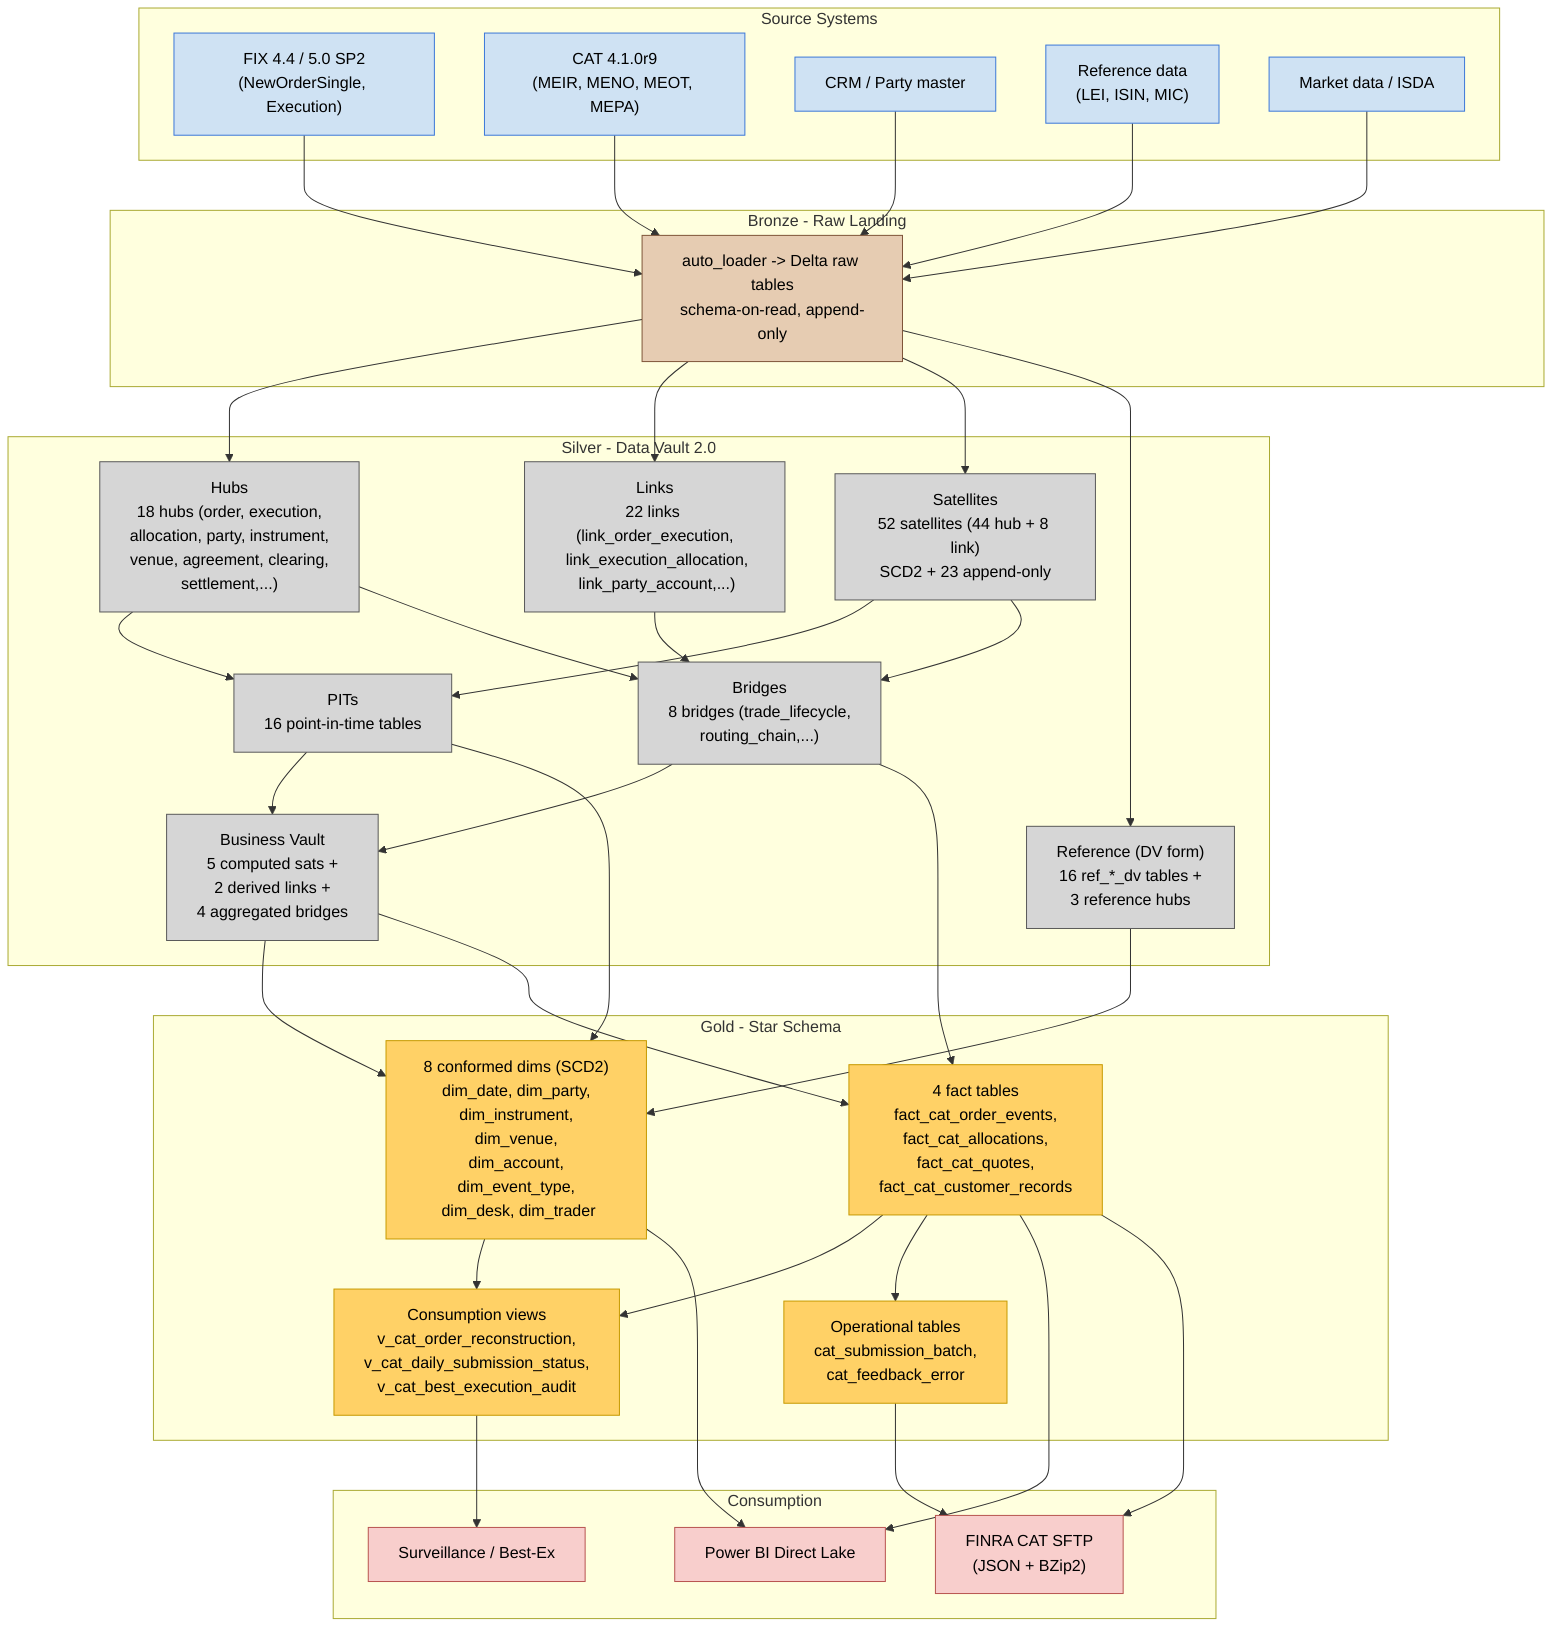
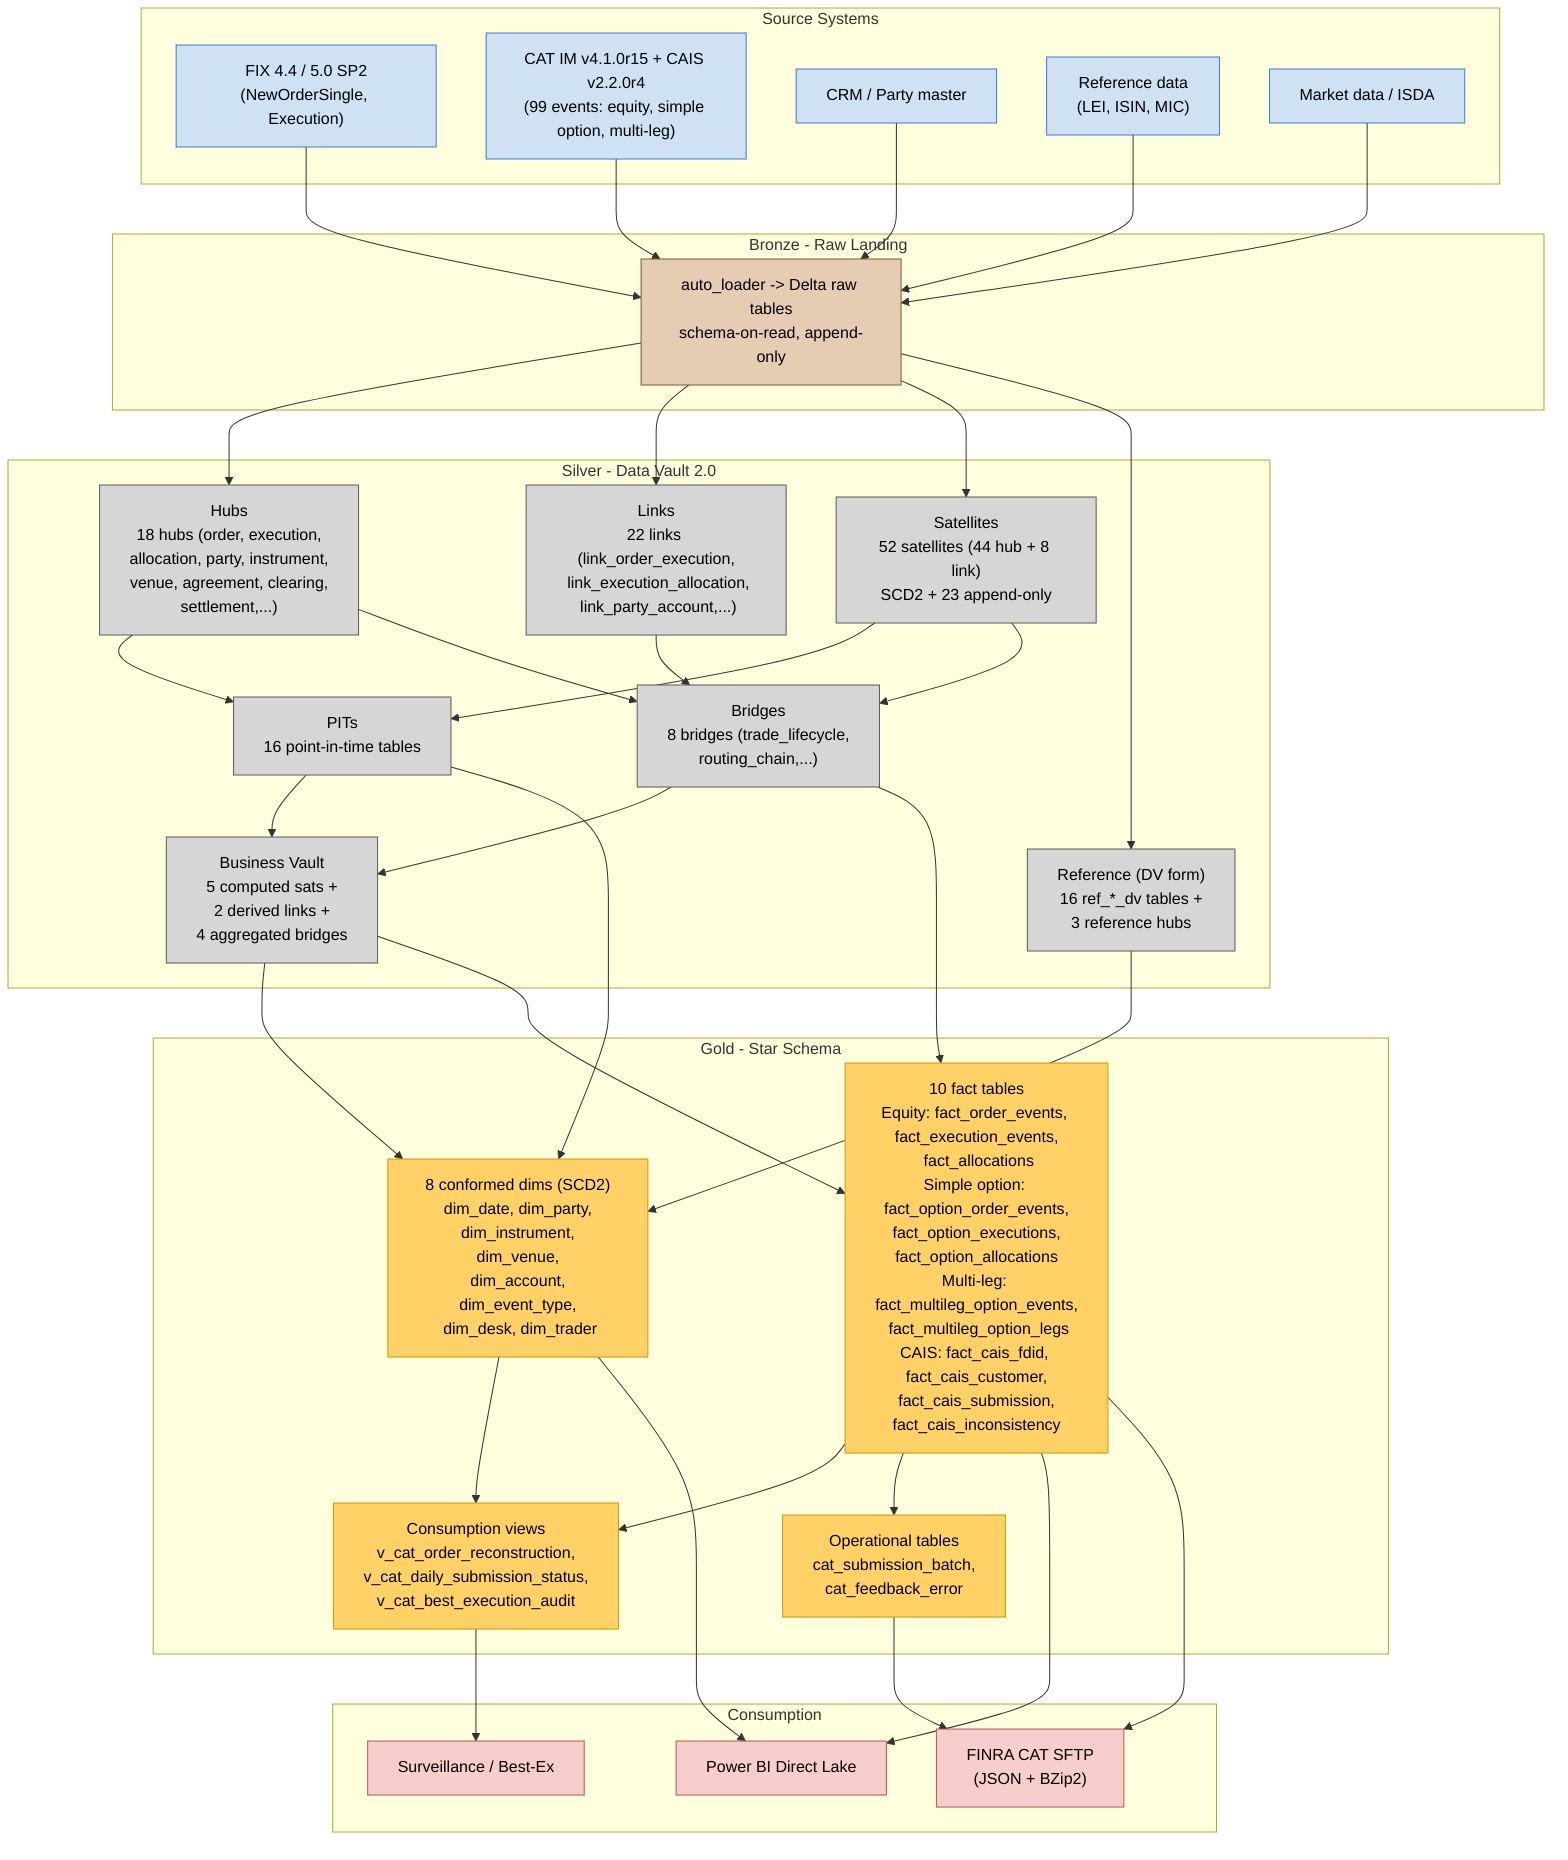
%% medallion_flowchart.mmd - Bronze -> Silver -> Gold data flow on Databricks / Fabric
%% Color bands: Bronze (brown), Silver (light gray), Gold (yellow)

flowchart TD
 classDef bronze fill:#e6ccb2,stroke:#7f5539,color:#000
 classDef silver fill:#d6d6d6,stroke:#5a5a5a,color:#000
 classDef gold fill:#ffd166,stroke:#c79a00,color:#000
 classDef source fill:#cfe2f3,stroke:#3c78d8,color:#000
 classDef sink fill:#f8cecc,stroke:#b85450,color:#000

 subgraph SRC [Source Systems]
 FIX["FIX 4.4 / 5.0 SP2\n(NewOrderSingle, Execution)"]
-  CAT["CAT 4.1.0r9\n(MEIR, MENO, MEOT, MEPA)"]
+  CAT["CAT IM v4.1.0r15 + CAIS v2.2.0r4\n(99 events: equity, simple option, multi-leg)"]
 CRM["CRM / Party master"]
 RMS["Reference data\n(LEI, ISIN, MIC)"]
 MKT["Market data / ISDA"]
 end

 subgraph B [Bronze - Raw Landing]
 BR_RAW["auto_loader -> Delta raw tables\nschema-on-read, append-only"]
 end

 subgraph S [Silver - Data Vault 2.0]
 S_HUB["Hubs\n18 hubs (order, execution,\n allocation, party, instrument,\n venue, agreement, clearing,\n settlement,...)"]
 S_LINK["Links\n22 links (link_order_execution,\n link_execution_allocation,\n link_party_account,...)"]
 S_SAT["Satellites\n52 satellites (44 hub + 8 link)\nSCD2 + 23 append-only"]
 S_PIT["PITs\n16 point-in-time tables"]
 S_BR["Bridges\n8 bridges (trade_lifecycle,\n routing_chain,...)"]
 S_BV["Business Vault\n5 computed sats +\n 2 derived links +\n 4 aggregated bridges"]
 S_REF["Reference (DV form)\n16 ref_*_dv tables +\n 3 reference hubs"]
 end

 subgraph G [Gold - Star Schema]
 G_DIM["8 conformed dims (SCD2)\ndim_date, dim_party,\n dim_instrument, dim_venue,\n dim_account, dim_event_type,\n dim_desk, dim_trader"]
-  G_FCT["4 fact tables\nfact_cat_order_events,\nfact_cat_allocations,\nfact_cat_quotes,\nfact_cat_customer_records"]
+  G_FCT["10 fact tables\nEquity: fact_order_events, fact_execution_events,\n fact_allocations\nSimple option: fact_option_order_events,\n fact_option_executions, fact_option_allocations\nMulti-leg: fact_multileg_option_events,\n fact_multileg_option_legs\nCAIS: fact_cais_fdid, fact_cais_customer,\n fact_cais_submission, fact_cais_inconsistency"]
 G_OPS["Operational tables\ncat_submission_batch,\ncat_feedback_error"]
 G_VW["Consumption views\nv_cat_order_reconstruction,\nv_cat_daily_submission_status,\nv_cat_best_execution_audit"]
 end

 subgraph K [Consumption]
 BI["Power BI Direct Lake"]
 FINRA["FINRA CAT SFTP\n(JSON + BZip2)"]
 SUR["Surveillance / Best-Ex"]
 end

 FIX --> BR_RAW
 CAT --> BR_RAW
 CRM --> BR_RAW
 RMS --> BR_RAW
 MKT --> BR_RAW

 BR_RAW --> S_HUB
 BR_RAW --> S_LINK
 BR_RAW --> S_SAT
 BR_RAW --> S_REF
 S_HUB --> S_PIT
 S_SAT --> S_PIT
 S_HUB --> S_BR
 S_LINK --> S_BR
 S_SAT --> S_BR
 S_PIT --> S_BV
 S_BR --> S_BV

 S_BV --> G_DIM
 S_BV --> G_FCT
 S_PIT --> G_DIM
 S_BR --> G_FCT
 S_REF --> G_DIM

 G_FCT --> G_VW
 G_DIM --> G_VW
 G_FCT --> G_OPS

 G_DIM --> BI
 G_FCT --> BI
 G_VW --> SUR
 G_FCT --> FINRA
 G_OPS --> FINRA

 class FIX,CAT,CRM,RMS,MKT source
 class BR_RAW bronze
 class S_HUB,S_LINK,S_SAT,S_PIT,S_BR,S_BV,S_REF silver
 class G_DIM,G_FCT,G_OPS,G_VW gold
 class BI,FINRA,SUR sink
